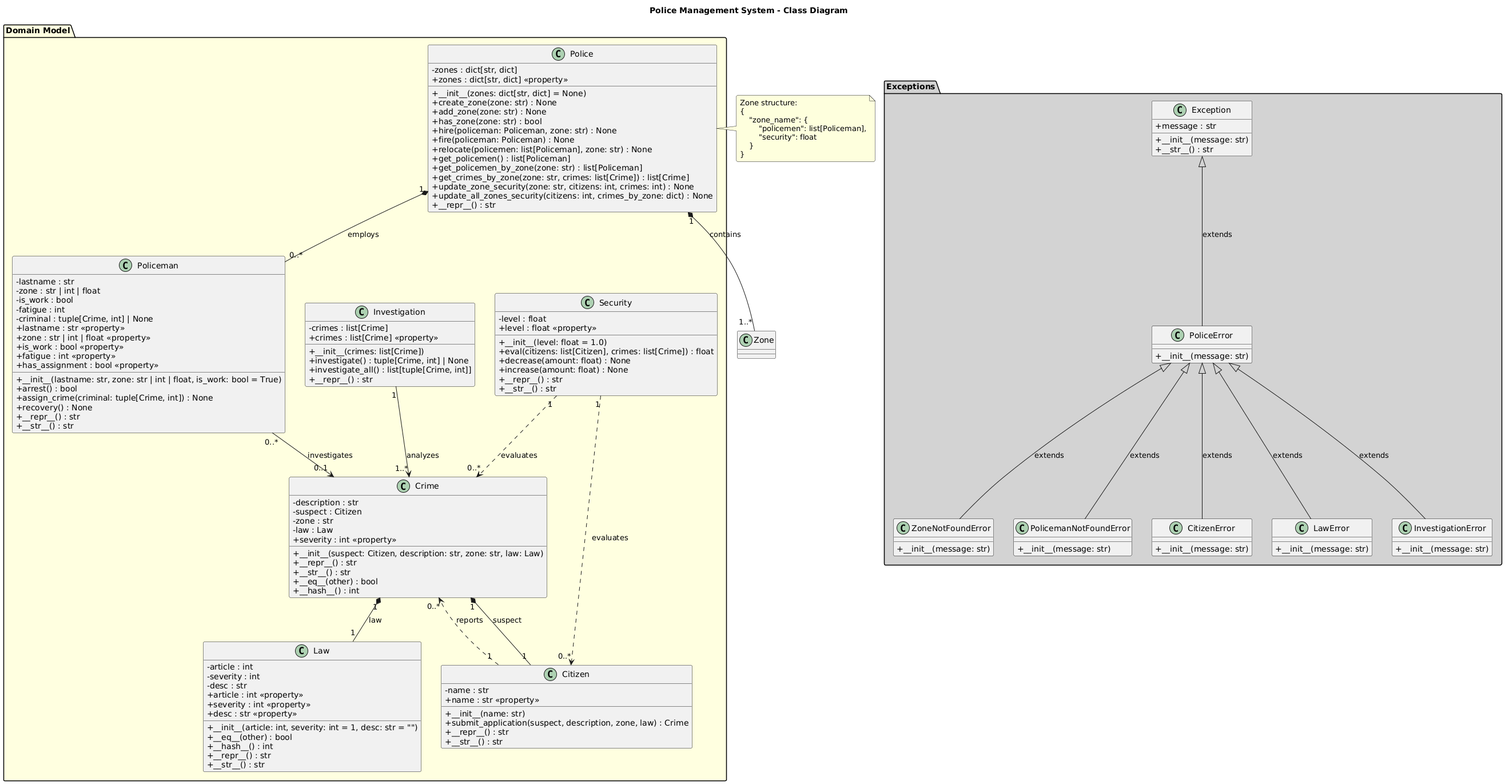
Above: SDIS/sem2/lab1/docs/uml/class_diagram.png in hedgehog-os/Labs (PlantUML), before the change.
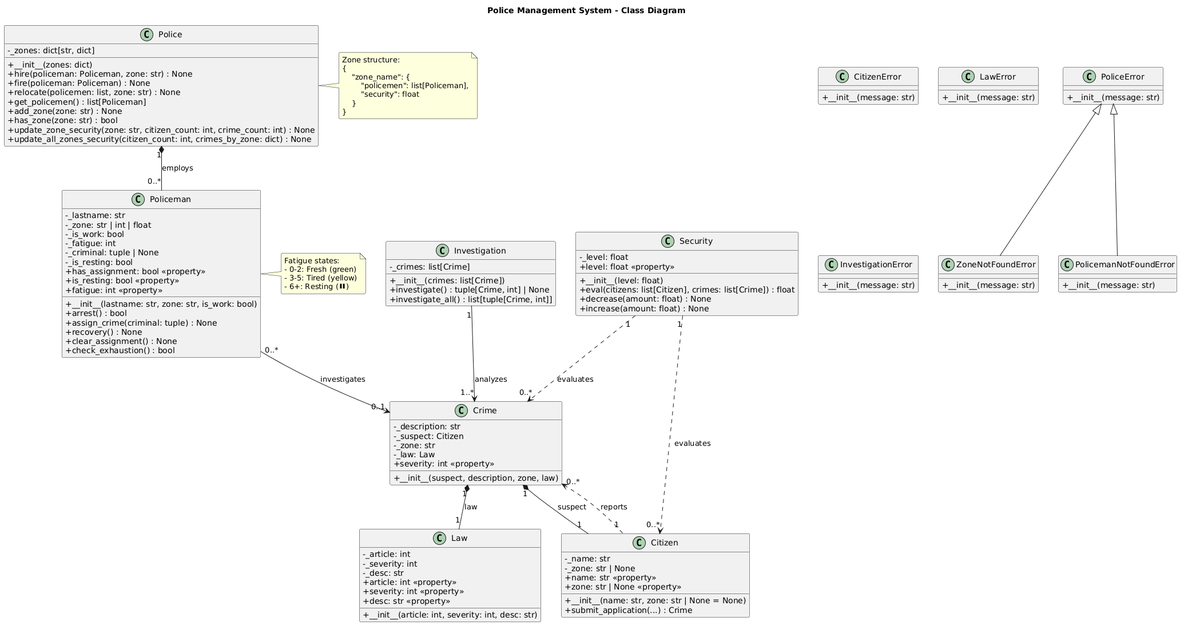
Later version of the same file.

Diff of the diagram source:
```diff
@@ -1,165 +1,116 @@
 @startuml
 
+skinparam defaultFontName "Arial"
+skinparam fontSize 10
 skinparam classAttributeIconSize 0
-skinparam defaultFontName "Arial"
-skinparam fontSize 11
 skinparam roundcorner 5
-skinparam shadowing false
 
 title Police Management System - Class Diagram
 
-
-package "Exceptions" #LightGray {
-
-    class Exception {
-        + message : str
-        + __init__(message: str)
-        + __str__() : str
-    }
-
-    class PoliceError {
-        + __init__(message: str)
-    }
-
-    class ZoneNotFoundError {
-        + __init__(message: str)
-    }
-
-    class PolicemanNotFoundError {
-        + __init__(message: str)
-    }
-
-    class CitizenError {
-        + __init__(message: str)
-    }
-
-    class LawError {
-        + __init__(message: str)
-    }
-
-    class InvestigationError {
-        + __init__(message: str)
-    }
-
-    Exception <|-- PoliceError : extends
-    PoliceError <|-- ZoneNotFoundError : extends
-    PoliceError <|-- PolicemanNotFoundError : extends
-    PoliceError <|-- CitizenError : extends
-    PoliceError <|-- LawError : extends
-    PoliceError <|-- InvestigationError : extends
+class PoliceError {
+    + __init__(message: str)
+}
+class ZoneNotFoundError {
+    + __init__(message: str)
+}
+class PolicemanNotFoundError {
+    + __init__(message: str)
+}
+class CitizenError {
+    + __init__(message: str)
+}
+class LawError {
+    + __init__(message: str)
+}
+class InvestigationError {
+    + __init__(message: str)
 }
 
+PoliceError <|-- ZoneNotFoundError
+PoliceError <|-- PolicemanNotFoundError
 
-package "Domain Model" #LightYellow {
-
-    class Law {
-        - article : int
-        - severity : int
-        - desc : str
-        + __init__(article: int, severity: int = 1, desc: str = "")
-        + article : int <<property>>
-        + severity : int <<property>>
-        + desc : str <<property>>
-        + __eq__(other) : bool
-        + __hash__() : int
-        + __repr__() : str
-        + __str__() : str
-    }
-
-    class Citizen {
-        - name : str
-        + __init__(name: str)
-        + name : str <<property>>
-        + submit_application(suspect, description, zone, law) : Crime
-        + __repr__() : str
-        + __str__() : str
-    }
-
-    class Crime {
-        - description : str
-        - suspect : Citizen
-        - zone : str
-        - law : Law
-        + __init__(suspect: Citizen, description: str, zone: str, law: Law)
-        + severity : int <<property>>
-        + __repr__() : str
-        + __str__() : str
-        + __eq__(other) : bool
-        + __hash__() : int
-    }
-
-    class Policeman {
-        - lastname : str
-        - zone : str | int | float
-        - is_work : bool
-        - fatigue : int
-        - criminal : tuple[Crime, int] | None
-        + __init__(lastname: str, zone: str | int | float, is_work: bool = True)
-        + lastname : str <<property>>
-        + zone : str | int | float <<property>>
-        + is_work : bool <<property>>
-        + fatigue : int <<property>>
-        + has_assignment : bool <<property>>
-        + arrest() : bool
-        + assign_crime(criminal: tuple[Crime, int]) : None
-        + recovery() : None
-        + __repr__() : str
-        + __str__() : str
-    }
-
-    class Police {
-        - zones : dict[str, dict]
-        + __init__(zones: dict[str, dict] = None)
-        + zones : dict[str, dict] <<property>>
-        + create_zone(zone: str) : None
-        + add_zone(zone: str) : None
-        + has_zone(zone: str) : bool
-        + hire(policeman: Policeman, zone: str) : None
-        + fire(policeman: Policeman) : None
-        + relocate(policemen: list[Policeman], zone: str) : None
-        + get_policemen() : list[Policeman]
-        + get_policemen_by_zone(zone: str) : list[Policeman]
-        + get_crimes_by_zone(zone: str, crimes: list[Crime]) : list[Crime]
-        + update_zone_security(zone: str, citizens: int, crimes: int) : None
-        + update_all_zones_security(citizens: int, crimes_by_zone: dict) : None
-        + __repr__() : str
-    }
-
-    class Investigation {
-        - crimes : list[Crime]
-        + __init__(crimes: list[Crime])
-        + crimes : list[Crime] <<property>>
-        + investigate() : tuple[Crime, int] | None
-        + investigate_all() : list[tuple[Crime, int]]
-        + __repr__() : str
-    }
-
-    class Security {
-        - level : float
-        + __init__(level: float = 1.0)
-        + level : float <<property>>
-        + eval(citizens: list[Citizen], crimes: list[Crime]) : float
-        + decrease(amount: float) : None
-        + increase(amount: float) : None
-        + __repr__() : str
-        + __str__() : str
-    }
+class Law {
+    - _article: int
+    - _severity: int
+    - _desc: str
+    + __init__(article: int, severity: int, desc: str)
+    + article: int <<property>>
+    + severity: int <<property>>
+    + desc: str <<property>>
 }
 
+class Citizen {
+    - _name: str
+    - _zone: str | None
+    + __init__(name: str, zone: str | None = None)
+    + name: str <<property>>
+    + zone: str | None <<property>>
+    + submit_application(...) : Crime
+}
+
+class Crime {
+    - _description: str
+    - _suspect: Citizen
+    - _zone: str
+    - _law: Law
+    + __init__(suspect, description, zone, law)
+    + severity: int <<property>>
+}
+
+class Policeman {
+    - _lastname: str
+    - _zone: str | int | float
+    - _is_work: bool
+    - _fatigue: int
+    - _criminal: tuple | None
+    - _is_resting: bool
+    + __init__(lastname: str, zone: str, is_work: bool)
+    + arrest() : bool
+    + assign_crime(criminal: tuple) : None
+    + recovery() : None
+    + clear_assignment() : None
+    + check_exhaustion() : bool
+    + has_assignment: bool <<property>>
+    + is_resting: bool <<property>>
+    + fatigue: int <<property>>
+}
+
+class Police {
+    - _zones: dict[str, dict]
+    + __init__(zones: dict)
+    + hire(policeman: Policeman, zone: str) : None
+    + fire(policeman: Policeman) : None
+    + relocate(policemen: list, zone: str) : None
+    + get_policemen() : list[Policeman]
+    + add_zone(zone: str) : None
+    + has_zone(zone: str) : bool
+    + update_zone_security(zone: str, citizen_count: int, crime_count: int) : None
+    + update_all_zones_security(citizen_count: int, crimes_by_zone: dict) : None
+}
+
+class Investigation {
+    - _crimes: list[Crime]
+    + __init__(crimes: list[Crime])
+    + investigate() : tuple[Crime, int] | None
+    + investigate_all() : list[tuple[Crime, int]]
+}
+
+class Security {
+    - _level: float
+    + __init__(level: float)
+    + level: float <<property>>
+    + eval(citizens: list[Citizen], crimes: list[Crime]) : float
+    + decrease(amount: float) : None
+    + increase(amount: float) : None
+}
 
 Crime "1" *-- "1" Citizen : suspect
 Crime "1" *-- "1" Law : law
-
 Police "1" *-- "0..*" Policeman : employs
-Police "1" *-- "1..*" Zone : contains
-
 Policeman "0..*" --> "0..1" Crime : investigates
-
 Investigation "1" --> "1..*" Crime : analyzes
-
 Security "1" ..> "0..*" Citizen : evaluates
 Security "1" ..> "0..*" Crime : evaluates
-
 Citizen "1" ..> "0..*" Crime : reports
 
 note right of Police
@@ -171,4 +122,11 @@
         }
     }
 end note
+
+note right of Policeman
+    Fatigue states:
+    - 0-2: Fresh (green)
+    - 3-5: Tired (yellow)
+    - 6+: Resting (⏸️)
+end note
 @enduml
```
